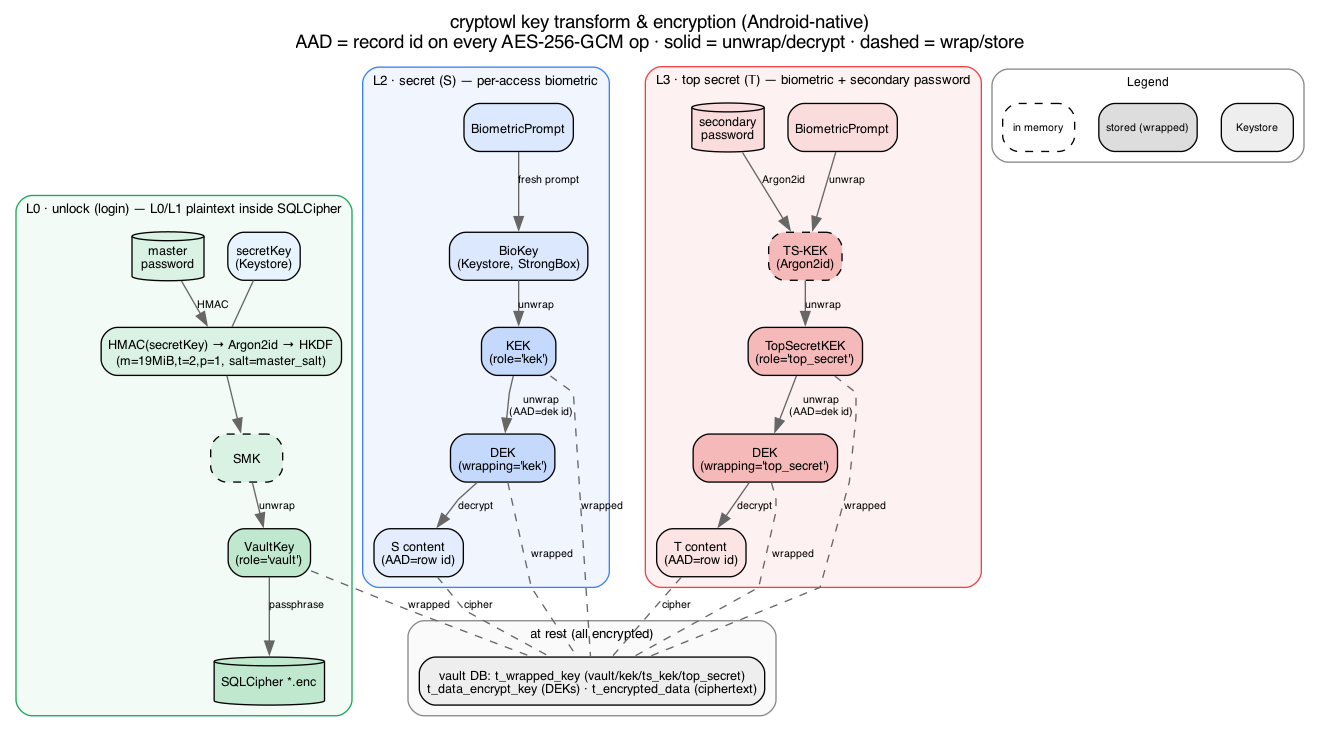
Earlier version of the Graphviz export docs/key-transform.png (quillgen/cryptowl). Its source is kept beside it as docs/key-transform.dot.
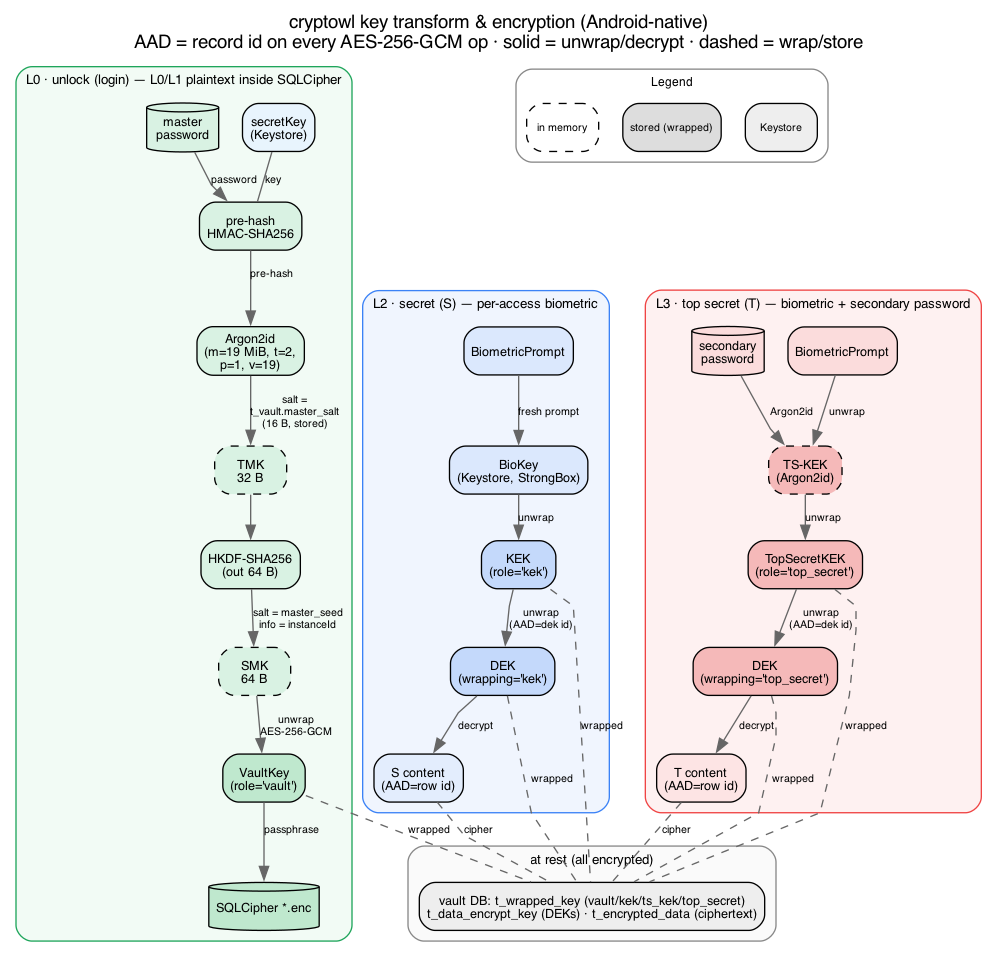
After the commit.

Diff of the diagram source:
```diff
@@ -21,15 +21,21 @@
 
         mp [label = "master\npassword", shape = cylinder, fillcolor = "#D9F2E3"];
         sk [label = "secretKey\n(Keystore)", fillcolor = "#E8F4FD"];
-        kdf0 [label = "HMAC(secretKey) → Argon2id → HKDF\n(m=19MiB,t=2,p=1, salt=master_salt)", fillcolor = "#D9F2E3"];
-        smk [label = "SMK", style = "rounded,dashed,filled", fillcolor = "#D9F2E3"];
+        prehash [label = "pre-hash\nHMAC-SHA256", fillcolor = "#D9F2E3"];
+        tmk [label = "TMK\n32 B", style = "rounded,dashed,filled", fillcolor = "#D9F2E3"];
+        argo [label = "Argon2id\n(m=19 MiB, t=2,\np=1, v=19)", fillcolor = "#D9F2E3"];
+        hkdf [label = "HKDF-SHA256\n(out 64 B)", fillcolor = "#D9F2E3"];
+        smk [label = "SMK\n64 B", style = "rounded,dashed,filled", fillcolor = "#D9F2E3"];
         vk [label = "VaultKey\n(role='vault')", fillcolor = "#BFE8CE"];
         db [label = "SQLCipher *.enc", shape = cylinder, fillcolor = "#BFE8CE"];
 
-        mp -> kdf0 [label = "HMAC"];
-        sk -> kdf0 [dir = none];
-        kdf0 -> smk;
-        smk -> vk [label = "unwrap"];
+        mp -> prehash [label = "password"];
+        sk -> prehash [dir = none, label = "key"];
+        prehash -> argo [label = "pre-hash"];
+        argo -> tmk [label = "salt =\nt_vault.master_salt\n(16 B, stored)"];
+        tmk -> hkdf;
+        hkdf -> smk [label = "salt = master_seed\ninfo = instanceId"];
+        smk -> vk [label = "unwrap\nAES-256-GCM"];
         vk -> db [label = "passphrase"];
     }
 
```
